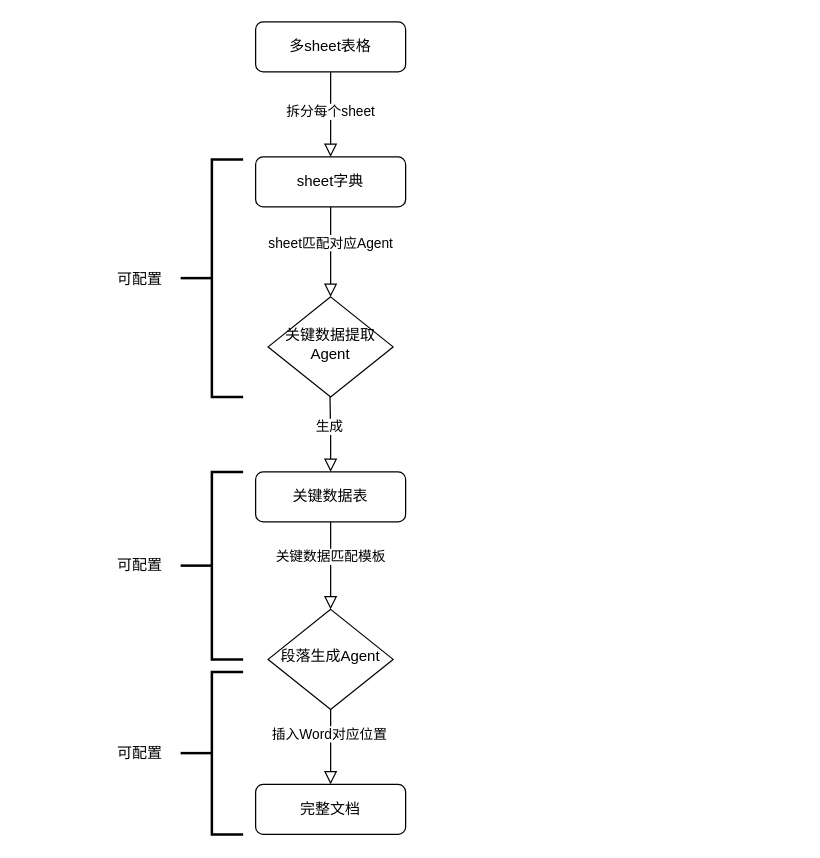
The draw.io diagram 技术实施路径.drawio in prograper/report_gen, before the edit. Source tidied: cells renumbered, new cells numbered last; positions are measured from the earlier drawing's top-left corner, leaving out a move shared by most shapes. Both pictures are drawn from the tidied source at 125%, with x=0, y=0 at pixel (101, 21).
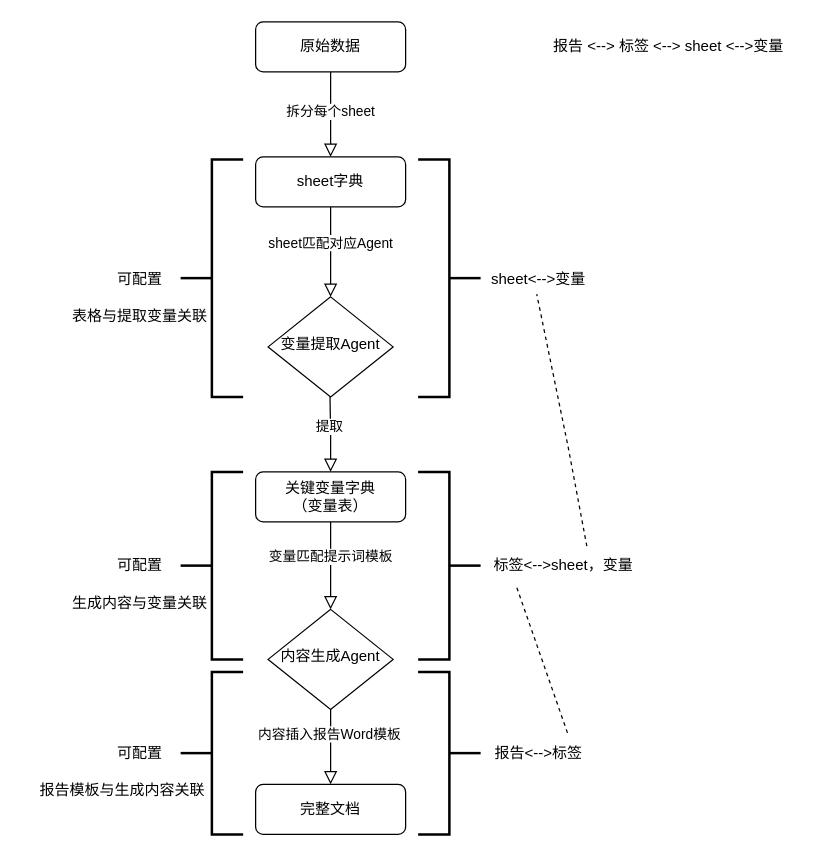
After the change.

Commit message:
修改流程示意图

Unchanged cells that the change refers to:
```xml
<mxCell id="8" style="rounded=0;html=1;jettySize=auto;fontSize=11;endArrow=block;endFill=0;endSize=8;strokeWidth=1;shadow=0;labelBackgroundColor=none;edgeStyle=orthogonalEdgeStyle;" parent="1" edge="1" source="10" target="11">
  <mxGeometry x="0.33" y="20" relative="1" as="geometry" />
</mxCell>
<mxCell id="14" style="rounded=0;html=1;jettySize=auto;fontSize=11;endArrow=block;endFill=0;endSize=8;strokeWidth=1;shadow=0;labelBackgroundColor=none;edgeStyle=orthogonalEdgeStyle;exitX=0.5;exitY=1;exitDx=0;exitDy=0;" parent="1" edge="1" source="13">
  <mxGeometry y="20" relative="1" as="geometry">
    <mxPoint x="183" y="470" as="targetPoint" />
  </mxGeometry>
</mxCell>
<mxCell id="16" style="rounded=0;html=1;jettySize=auto;orthogonalLoop=1;fontSize=11;endArrow=block;endFill=0;endSize=8;strokeWidth=1;shadow=0;labelBackgroundColor=none;edgeStyle=orthogonalEdgeStyle;exitX=0.5;exitY=1;exitDx=0;exitDy=0;" parent="1" edge="1">
  <mxGeometry y="20" relative="1" as="geometry">
    <mxPoint x="182.5" y="300" as="sourcePoint" />
    <mxPoint x="183" y="360" as="targetPoint" />
  </mxGeometry>
</mxCell>
```

What changed in the source:
```diff
@@
-    <mxCell id="4" value="多sheet表格" style="rounded=1;whiteSpace=wrap;html=1;fontSize=12;glass=0;strokeWidth=1;shadow=0;" parent="1" vertex="1">
+    <mxCell id="4" value="原始数据" style="rounded=1;whiteSpace=wrap;html=1;fontSize=12;glass=0;strokeWidth=1;shadow=0;" parent="1" vertex="1">
       <mxGeometry x="123" width="120" height="40" as="geometry" />
     </mxCell>
@@
-    <mxCell id="9" value="插入Word对应位置" style="edgeLabel;html=1;align=center;verticalAlign=middle;" parent="8" vertex="1">
+    <mxCell id="9" value="内容插入报告Word模板" style="edgeLabel;html=1;align=center;verticalAlign=middle;" parent="8" vertex="1">
       <mxGeometry x="-0.37" y="-2" relative="1" as="geometry" />
     </mxCell>
-    <mxCell id="10" value="段落生成Agent" style="rhombus;whiteSpace=wrap;html=1;shadow=0;fontFamily=Helvetica;fontSize=12;align=center;strokeWidth=1;spacing=6;spacingTop=-4;" parent="1" vertex="1">
+    <mxCell id="10" value="内容生成Agent" style="rhombus;whiteSpace=wrap;html=1;shadow=0;fontFamily=Helvetica;fontSize=12;align=center;strokeWidth=1;spacing=6;spacingTop=-4;" parent="1" vertex="1">
       <mxGeometry x="133" y="470" width="100" height="80" as="geometry" />
     </mxCell>
@@
-    <mxCell id="12" value="关键数据提取Agent" style="rhombus;whiteSpace=wrap;html=1;shadow=0;fontFamily=Helvetica;fontSize=12;align=center;strokeWidth=1;spacing=6;spacingTop=-4;" parent="1" vertex="1">
+    <mxCell id="12" value="变量提取Agent" style="rhombus;whiteSpace=wrap;html=1;shadow=0;fontFamily=Helvetica;fontSize=12;align=center;strokeWidth=1;spacing=6;spacingTop=-4;" parent="1" vertex="1">
       <mxGeometry x="133" y="220" width="100" height="80" as="geometry" />
     </mxCell>
-    <mxCell id="13" value="关键数据表" style="rounded=1;whiteSpace=wrap;html=1;fontSize=12;glass=0;strokeWidth=1;shadow=0;" parent="1" vertex="1">
+    <mxCell id="13" value="关键变量字典&lt;div&gt;（变量表）&lt;/div&gt;" style="rounded=1;whiteSpace=wrap;html=1;fontSize=12;glass=0;strokeWidth=1;shadow=0;" parent="1" vertex="1">
       <mxGeometry x="123" y="360" width="120" height="40" as="geometry" />
     </mxCell>
@@
-    <mxCell id="15" value="关键数据匹配模板" style="edgeLabel;html=1;align=center;verticalAlign=middle;" parent="14" vertex="1">
+    <mxCell id="15" value="变量匹配提示词模板" style="edgeLabel;html=1;align=center;verticalAlign=middle;" parent="14" vertex="1">
       <mxGeometry x="-0.23" y="-1" relative="1" as="geometry" />
     </mxCell>
@@
-    <mxCell id="17" value="生成" style="edgeLabel;html=1;align=center;verticalAlign=middle;" parent="16" vertex="1">
+    <mxCell id="17" value="提取" style="edgeLabel;html=1;align=center;verticalAlign=middle;" parent="16" vertex="1">
       <mxGeometry x="-0.23" y="-1" relative="1" as="geometry" />
     </mxCell>
@@
+    <mxCell id="24" value="报告 &amp;lt;--&amp;gt; 标签 &amp;lt;--&amp;gt; sheet &amp;lt;--&amp;gt;变量" style="text;html=1;align=center;verticalAlign=middle;strokeColor=none;fillColor=none;" parent="1" vertex="1">
+      <mxGeometry x="348" y="5" width="210" height="30" as="geometry" />
+    </mxCell>
+    <mxCell id="25" style="strokeWidth=2;html=1;shape=mxgraph.flowchart.annotation_2;align=left;labelPosition=right;direction=west;" parent="1" vertex="1">
+      <mxGeometry x="253" y="110" width="50" height="190" as="geometry" />
+    </mxCell>
+    <mxCell id="26" style="strokeWidth=2;html=1;shape=mxgraph.flowchart.annotation_2;align=left;labelPosition=right;direction=west;" parent="1" vertex="1">
+      <mxGeometry x="253" y="360" width="50" height="150" as="geometry" />
+    </mxCell>
+    <mxCell id="27" style="strokeWidth=2;html=1;shape=mxgraph.flowchart.annotation_2;align=left;labelPosition=right;direction=west;" parent="1" vertex="1">
+      <mxGeometry x="253" y="520" width="50" height="130" as="geometry" />
+    </mxCell>
+    <mxCell id="28" value="sheet&amp;lt;--&amp;gt;变量" style="text;html=1;align=center;verticalAlign=middle;points=[];strokeColor=none;fillColor=none;" parent="1" vertex="1">
+      <mxGeometry x="299" y="191" width="100" height="30" as="geometry" />
+    </mxCell>
+    <mxCell id="29" value="标签&amp;lt;--&amp;gt;sheet，变量" style="text;html=1;align=center;verticalAlign=middle;points=[];strokeColor=none;fillColor=none;" parent="1" vertex="1">
+      <mxGeometry x="304" y="420" width="130" height="30" as="geometry" />
+    </mxCell>
+    <mxCell id="30" value="报告&amp;lt;--&amp;gt;标签" style="text;html=1;align=center;verticalAlign=middle;points=[];strokeColor=none;fillColor=none;" parent="1" vertex="1">
+      <mxGeometry x="304" y="570" width="90" height="30" as="geometry" />
+    </mxCell>
+    <mxCell id="31" style="endArrow=none;dashed=1;html=1;rounded=0;entryX=0.489;entryY=0.896;entryDx=0;entryDy=0;entryPerimeter=0;exitX=0.646;exitY=-0.018;exitDx=0;exitDy=0;exitPerimeter=0;" parent="1" edge="1" source="29" target="28">
+      <mxGeometry relative="1" as="geometry">
+        <Array as="points">
+          <mxPoint x="373" y="340" />
+        </Array>
+      </mxGeometry>
+    </mxCell>
+    <mxCell id="32" style="endArrow=none;dashed=1;html=1;rounded=0;entryX=0.215;entryY=1.084;entryDx=0;entryDy=0;entryPerimeter=0;exitX=0.761;exitY=-0.04;exitDx=0;exitDy=0;exitPerimeter=0;" parent="1" edge="1" source="30" target="29">
+      <mxGeometry relative="1" as="geometry" />
+    </mxCell>
+    <mxCell id="33" value="表格与提取变量关联" style="text;html=1;align=center;verticalAlign=middle;strokeColor=none;fillColor=none;" parent="1" vertex="1">
+      <mxGeometry x="-35" y="221" width="130" height="30" as="geometry" />
+    </mxCell>
+    <mxCell id="34" value="生成内容与变量关联" style="text;html=1;align=center;verticalAlign=middle;strokeColor=none;fillColor=none;" parent="1" vertex="1">
+      <mxGeometry x="-35" y="450" width="130" height="30" as="geometry" />
+    </mxCell>
+    <mxCell id="35" value="报告模板与生成内容关联" style="text;html=1;align=center;verticalAlign=middle;strokeColor=none;fillColor=none;" parent="1" vertex="1">
+      <mxGeometry x="-64" y="600" width="160" height="30" as="geometry" />
+    </mxCell>
```
